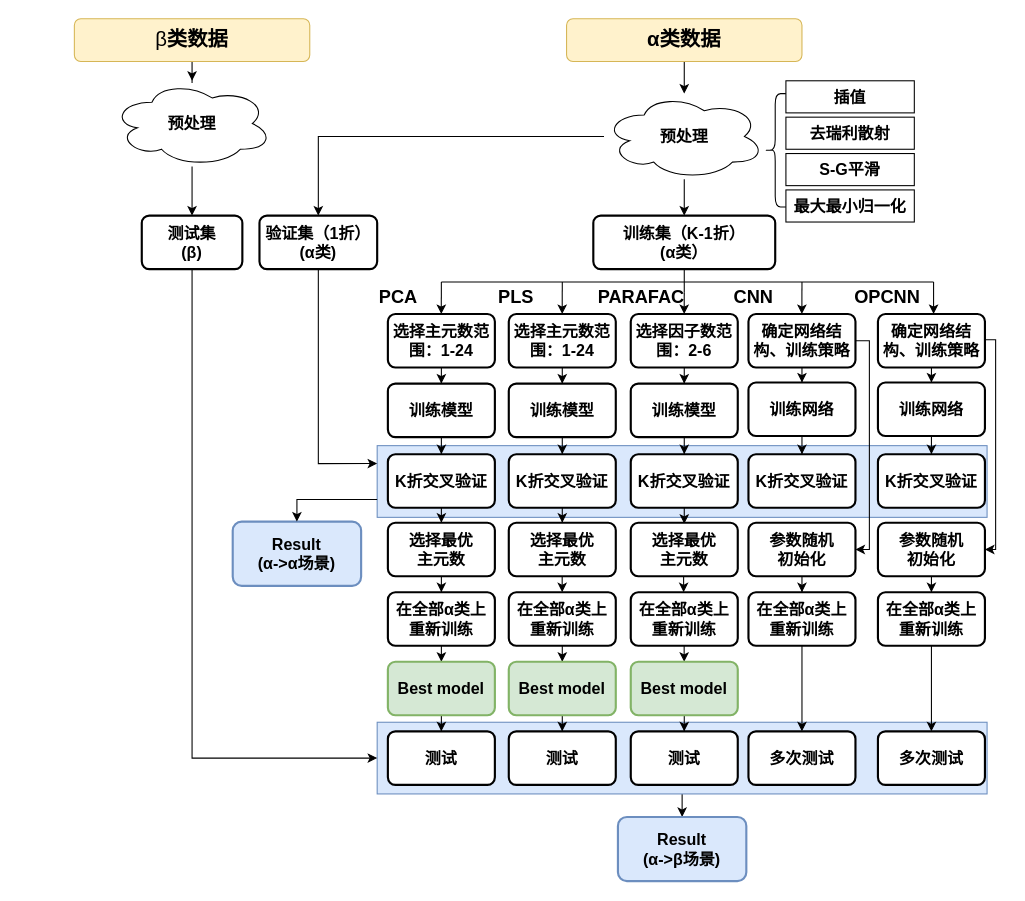
Above: big_paper/第三章.drawio in chbambooshoot/digram (draw.io), before the change. Source tidied: cells renumbered, new cells numbered last; positions are measured from the earlier drawing's top-left corner, leaving out a move shared by most shapes. Both pictures are drawn from the tidied source at 107%, with x=0, y=0 at pixel (74, 18).
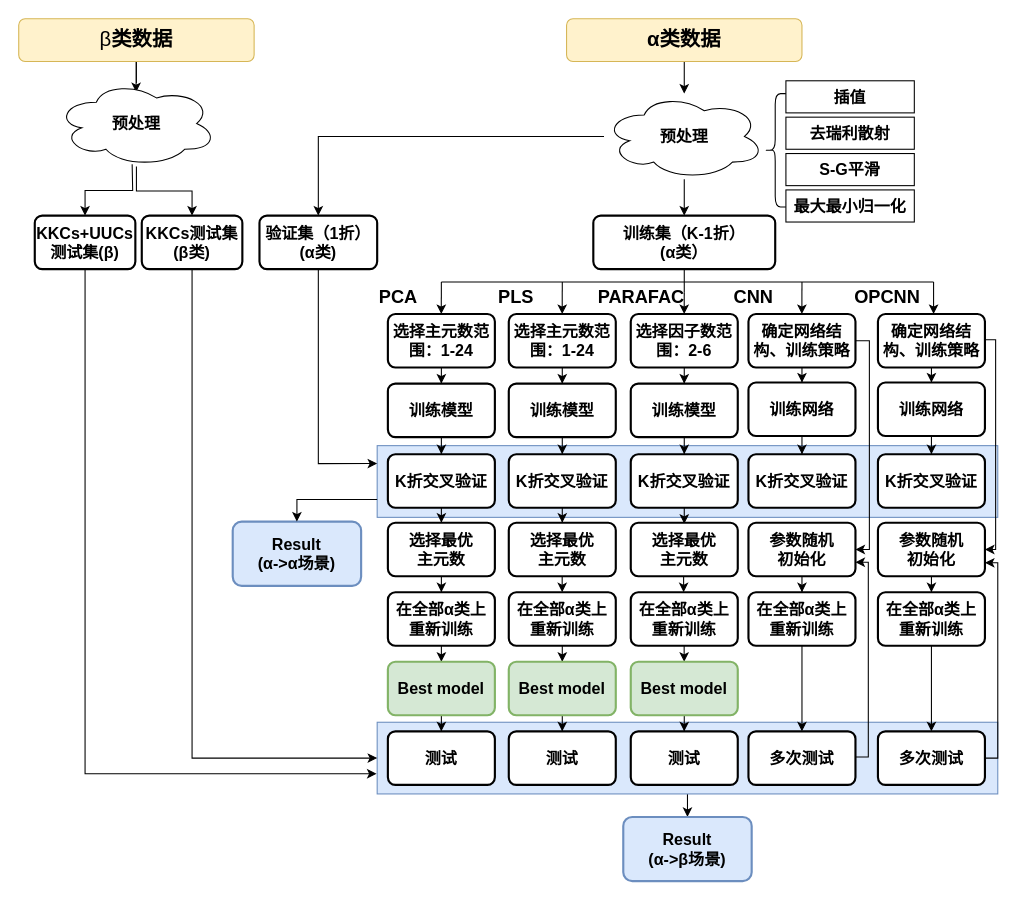
Above is the later version.

Commit message:
更新第三章.drawio

Unchanged cells that the change refers to:
```xml
<mxCell id="62" value="多次测试" style="rounded=1;whiteSpace=wrap;html=1;absoluteArcSize=1;arcSize=14;strokeWidth=2;fontSize=15;fontStyle=1;fontFamily=仿宋;" parent="1" vertex="1">
  <mxGeometry x="751" y="666" width="100" height="50" as="geometry" />
</mxCell>
<mxCell id="66" value="参数随机&lt;br style=&quot;border-color: var(--border-color);&quot;&gt;初始化" style="rounded=1;whiteSpace=wrap;html=1;absoluteArcSize=1;arcSize=14;strokeWidth=2;fontSize=15;fontStyle=1;fontFamily=仿宋;" parent="1" vertex="1">
  <mxGeometry x="751" y="471" width="100" height="50" as="geometry" />
</mxCell>
```

The edit, as a diff of the source:
```diff
@@
     <mxCell id="3" style="rounded=0;whiteSpace=wrap;html=1;fillColor=#dae8fc;strokeColor=#6c8ebf;" parent="1" vertex="1">
-      <mxGeometry x="283" y="657.5" width="570" height="67" as="geometry" />
+      <mxGeometry x="283" y="657.5" width="580" height="67" as="geometry" />
     </mxCell>
     <mxCell id="4" style="rounded=0;whiteSpace=wrap;html=1;fillColor=#dae8fc;strokeColor=#6c8ebf;" parent="1" vertex="1">
-      <mxGeometry x="283" y="399" width="570" height="67" as="geometry" />
+      <mxGeometry x="283" y="399" width="580" height="67" as="geometry" />
     </mxCell>
@@
     <mxCell id="25" value="Result&lt;br style=&quot;font-size: 15px;&quot;&gt;(α-&amp;gt;β场景)" style="whiteSpace=wrap;html=1;rounded=1;arcSize=14;strokeWidth=2;fontSize=15;fontStyle=1;fontFamily=仿宋;fillColor=#dae8fc;strokeColor=#6c8ebf;" parent="1" vertex="1">
-      <mxGeometry x="508" y="746" width="120" height="60" as="geometry" />
+      <mxGeometry x="513" y="746" width="120" height="60" as="geometry" />
     </mxCell>
@@
-    <mxCell id="31" style="edgeStyle=orthogonalEdgeStyle;rounded=0;jettySize=auto;html=1;" parent="1" edge="1" source="32" target="34">
+    <mxCell id="31" style="edgeStyle=orthogonalEdgeStyle;rounded=0;jettySize=auto;html=1;entryX=0.498;entryY=0.133;entryDx=0;entryDy=0;entryPerimeter=0;" parent="1" edge="1" source="32" target="34">
       <mxGeometry relative="1" as="geometry" />
     </mxCell>
     <mxCell id="32" value="β&lt;span style=&quot;border-color: var(--border-color); font-weight: 700;&quot;&gt;类数据&lt;/span&gt;" style="rounded=1;whiteSpace=wrap;html=1;fontFamily=仿宋;fontSize=19;fillColor=#fff2cc;strokeColor=#d6b656;" parent="1" vertex="1">
-      <mxGeometry width="220" height="40" as="geometry" />
+      <mxGeometry x="-52" width="220" height="40" as="geometry" />
     </mxCell>
@@
     <mxCell id="34" value="预处理" style="ellipse;shape=cloud;whiteSpace=wrap;html=1;fontSize=15;fontStyle=1;fontFamily=仿宋;" parent="1" vertex="1">
-      <mxGeometry x="35" y="58" width="150" height="80" as="geometry" />
+      <mxGeometry x="-17" y="58" width="150" height="80" as="geometry" />
     </mxCell>
@@
-    <mxCell id="41" value="测试集&lt;br style=&quot;font-size: 15px;&quot;&gt;(β)" style="rounded=1;whiteSpace=wrap;html=1;absoluteArcSize=1;arcSize=14;strokeWidth=2;fontSize=15;fontStyle=1;fontFamily=仿宋;" parent="1" vertex="1">
+    <mxCell id="41" value="KKCs测试集&lt;br style=&quot;font-size: 15px;&quot;&gt;(β类)" style="rounded=1;whiteSpace=wrap;html=1;absoluteArcSize=1;arcSize=14;strokeWidth=2;fontSize=15;fontStyle=1;fontFamily=仿宋;" parent="1" vertex="1">
       <mxGeometry x="63" y="184" width="94" height="50" as="geometry" />
     </mxCell>
@@
+    <mxCell id="100" value="KKCs+UUCs&lt;br&gt;测试集(β)" style="rounded=1;whiteSpace=wrap;html=1;absoluteArcSize=1;arcSize=14;strokeWidth=2;fontSize=15;fontStyle=1;fontFamily=仿宋;" parent="1" vertex="1">
+      <mxGeometry x="-37" y="184" width="94" height="50" as="geometry" />
+    </mxCell>
+    <mxCell id="101" style="edgeStyle=orthogonalEdgeStyle;rounded=0;jettySize=auto;html=1;entryX=0.5;entryY=0;entryDx=0;entryDy=0;" parent="1" edge="1" target="100">
+      <mxGeometry relative="1" as="geometry">
+        <mxPoint x="54" y="136" as="sourcePoint" />
+      </mxGeometry>
+    </mxCell>
+    <mxCell id="102" style="edgeStyle=orthogonalEdgeStyle;rounded=0;jettySize=auto;html=1;exitX=0.5;exitY=1;exitDx=0;exitDy=0;entryX=-0.001;entryY=0.719;entryDx=0;entryDy=0;entryPerimeter=0;" parent="1" edge="1" source="100" target="3">
+      <mxGeometry relative="1" as="geometry">
+        <Array as="points">
+          <mxPoint x="10" y="706" />
+        </Array>
+      </mxGeometry>
+    </mxCell>
+    <mxCell id="103" style="edgeStyle=orthogonalEdgeStyle;rounded=0;jettySize=auto;html=1;exitX=1;exitY=0.5;exitDx=0;exitDy=0;entryX=1;entryY=0.75;entryDx=0;entryDy=0;" parent="1" edge="1" source="62" target="66">
+      <mxGeometry relative="1" as="geometry">
+        <Array as="points">
+          <mxPoint x="863" y="691" />
+          <mxPoint x="863" y="509" />
+        </Array>
+      </mxGeometry>
+    </mxCell>
+    <mxCell id="104" style="edgeStyle=orthogonalEdgeStyle;rounded=0;orthogonalLoop=1;jettySize=auto;html=1;exitX=1;exitY=0.5;exitDx=0;exitDy=0;entryX=1;entryY=0.75;entryDx=0;entryDy=0;" parent="1" edge="1">
+      <mxGeometry relative="1" as="geometry">
+        <mxPoint x="730" y="690" as="sourcePoint" />
+        <mxPoint x="730" y="508" as="targetPoint" />
+        <Array as="points">
+          <mxPoint x="742" y="690" />
+          <mxPoint x="742" y="508" />
+        </Array>
+      </mxGeometry>
+    </mxCell>
```
